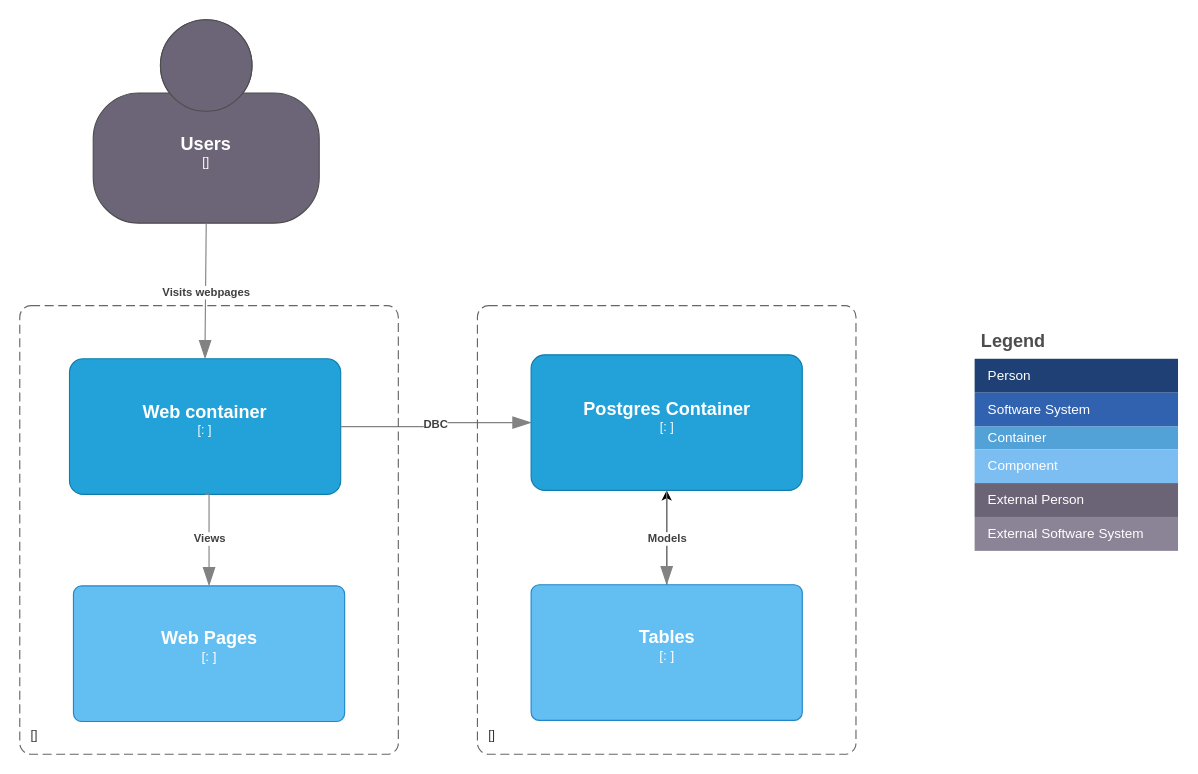
The draw.io diagram docs/C4/containers-C4.drawio in bartelsjoshuac/Corduroy, before the edit. Source tidied: cells renumbered, new cells numbered last; positions are measured from the earlier drawing's top-left corner, leaving out a move shared by most shapes. Both pictures are drawn from the tidied source at 113%, with x=0, y=0 at pixel (19, 19).
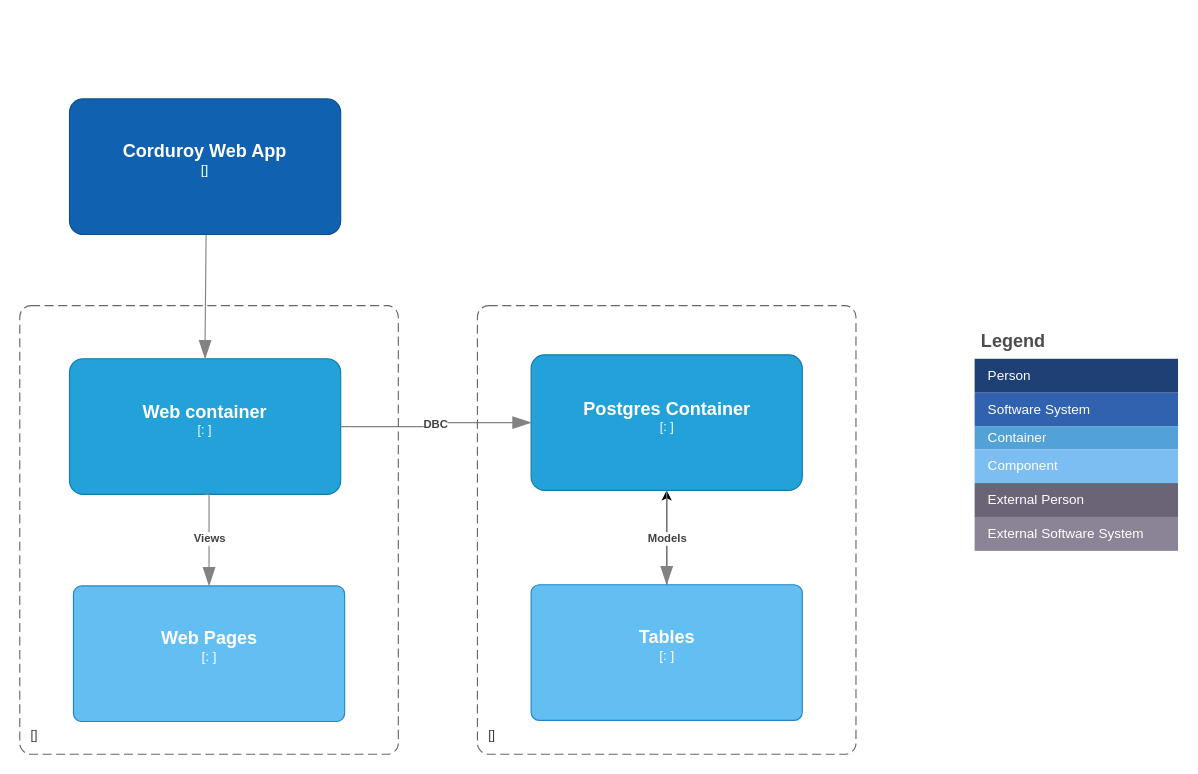
The same diagram, later.

Commit message (it also covers changes not shown here):
Containers Take 2

Unchanged cells that the change refers to:
```xml
<object id="15" label="&lt;font style=&quot;font-size: 16px&quot;&gt;&lt;b&gt;%c4Name%&lt;/b&gt;&lt;/font&gt;&lt;div&gt;[%c4Type%: %c4Technology%]&lt;/div&gt;&lt;br&gt;&lt;div&gt;&lt;font style=&quot;font-size: 11px&quot;&gt;&lt;font color=&quot;#E6E6E6&quot;&gt;%c4Description%&lt;/font&gt;&lt;/div&gt;" c4Description="" c4Name="Web container" c4Technology="" c4Type="" placeholders="1">
  <mxCell style="rounded=1;whiteSpace=wrap;html=1;fontSize=11;labelBackgroundColor=none;fillColor=#23A2D9;fontColor=#ffffff;align=center;arcSize=10;strokeColor=#0E7DAD;points=[[0.25,0,0],[0.5,0,0],[0.75,0,0],[1,0.25,0],[1,0.5,0],[1,0.75,0],[0.75,1,0],[0.5,1,0],[0.25,1,0],[0,0.75,0],[0,0.5,0],[0,0.25,0]];" parent="1" vertex="1">
    <mxGeometry x="44" y="300" width="240" height="120" as="geometry" />
  </mxCell>
</object>
```

Diff of the diagram source:
```diff
@@
-    <object id="24" label="&lt;font style=&quot;font-size: 16px&quot;&gt;&lt;b&gt;%c4Name%&lt;/b&gt;&lt;/font&gt;&lt;div&gt;[%c4Type%]&lt;/div&gt;&lt;br&gt;&lt;div&gt;&lt;font style=&quot;font-size: 11px&quot;&gt;&lt;font color=&quot;#cccccc&quot;&gt;%c4Description%&lt;/font&gt;&lt;/div&gt;" c4Description="" c4Name="Users" c4Type="" placeholders="1">
-      <mxCell style="html=1;fontSize=11;dashed=0;whiteSpace=wrap;fillColor=#6C6477;strokeColor=#4D4D4D;fontColor=#ffffff;shape=mxgraph.c4.person2;align=center;points=[[0.5,0,0],[1,0.5,0],[1,0.75,0],[0.75,1,0],[0.5,1,0],[0.25,1,0],[0,0.75,0],[0,0.5,0]];" parent="1" vertex="1">
-        <mxGeometry x="65" width="200" height="180" as="geometry" />
-      </mxCell>
-    </object>
-    <object id="25" label="&lt;div style=&quot;text-align: left&quot;&gt;&lt;div style=&quot;text-align: center&quot;&gt;&lt;b&gt;%c4Description%&lt;/b&gt;&lt;/div&gt;" c4Description="Visits webpages" placeholders="1">
-      <mxCell style="endArrow=blockThin;html=1;fontSize=10;fontColor=#404040;strokeWidth=1;endFill=1;strokeColor=#828282;elbow=vertical;endSize=14;startSize=14;jumpStyle=arc;jumpSize=16;rounded=0;edgeStyle=orthogonalEdgeStyle;entryX=0.5;entryY=0;entryDx=0;entryDy=0;entryPerimeter=0;exitX=0.5;exitY=1;exitDx=0;exitDy=0;exitPerimeter=0;" parent="1" edge="1" source="24" target="15">
+    <object id="25" label="&lt;div style=&quot;text-align: left&quot;&gt;&lt;div style=&quot;text-align: center&quot;&gt;&lt;b&gt;%c4Description%&lt;/b&gt;&lt;/div&gt;" c4Description="" placeholders="1">
+      <mxCell style="endArrow=blockThin;html=1;fontSize=10;fontColor=#404040;strokeWidth=1;endFill=1;strokeColor=#828282;elbow=vertical;endSize=14;startSize=14;jumpStyle=arc;jumpSize=16;rounded=0;edgeStyle=orthogonalEdgeStyle;entryX=0.5;entryY=0;entryDx=0;entryDy=0;entryPerimeter=0;exitX=0.5;exitY=1;exitDx=0;exitDy=0;exitPerimeter=0;" parent="1" edge="1" target="15">
         <mxGeometry relative="1" as="geometry">
+          <mxPoint x="165" y="180" as="sourcePoint" />
           <Array as="points">
             <mxPoint x="165" y="274" />
           </Array>
         </mxGeometry>
       </mxCell>
     </object>
@@
+    <object id="27" label="&lt;font style=&quot;font-size: 16px&quot;&gt;&lt;b&gt;%c4Name%&lt;/b&gt;&lt;/font&gt;&lt;div&gt;[%c4Type%]&lt;/div&gt;&lt;br&gt;&lt;div&gt;&lt;font style=&quot;font-size: 11px&quot;&gt;&lt;font color=&quot;#cccccc&quot;&gt;%c4Description%&lt;/font&gt;&lt;/div&gt;" c4Description="" c4Name="Corduroy Web App" c4Type="" placeholders="1">
+      <mxCell style="rounded=1;whiteSpace=wrap;html=1;labelBackgroundColor=none;fillColor=#1061B0;fontColor=#ffffff;align=center;arcSize=10;strokeColor=#0D5091;" parent="1" vertex="1">
+        <mxGeometry x="44" y="70" width="240" height="120" as="geometry" />
+      </mxCell>
+    </object>
```
